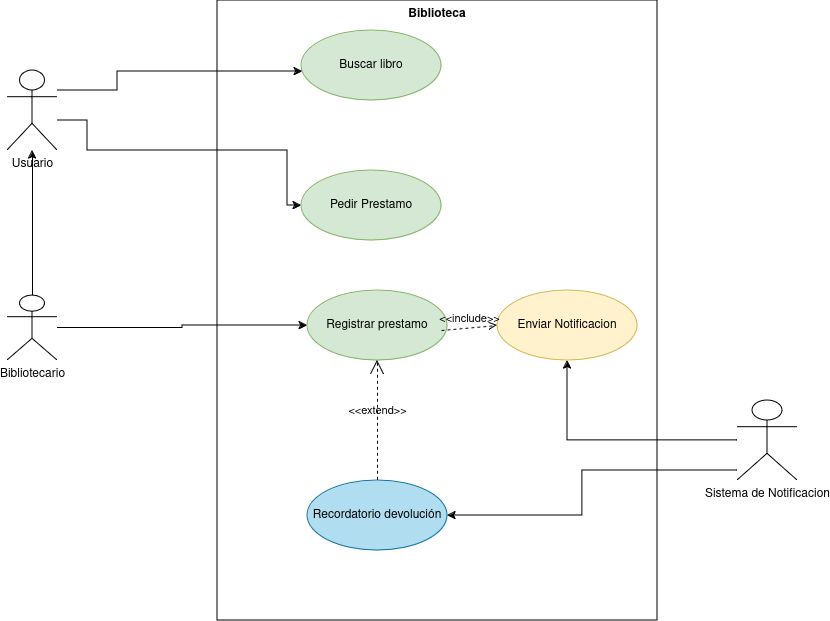
Above: Diagrama sin título.drawio.png in gian700/ejercicio-git-libro (draw.io), before the change. Source tidied: cells renumbered, new cells last; positions are measured from the earlier drawing's top-left corner, leaving out a move shared by most shapes. The source it was exported from:
```xml
<mxGraphModel>
  <root>
    <mxCell id="0" />
    <mxCell id="1" parent="0" />
    <mxCell id="2" value="&lt;div&gt;Biblioteca&lt;/div&gt;" style="shape=rect;html=1;verticalAlign=top;fontStyle=1;whiteSpace=wrap;align=center;fillColor=none;" parent="1" vertex="1">
      <mxGeometry x="210" width="440" height="620" as="geometry" />
    </mxCell>
    <mxCell id="3" value="Buscar libro" style="ellipse;whiteSpace=wrap;html=1;fillColor=#d5e8d4;strokeColor=#82b366;" parent="1" vertex="1">
      <mxGeometry x="294" y="30" width="140" height="70" as="geometry" />
    </mxCell>
    <mxCell id="4" style="edgeStyle=orthogonalEdgeStyle;rounded=0;jettySize=auto;html=1;" parent="1" edge="1" source="6" target="13">
      <mxGeometry relative="1" as="geometry">
        <Array as="points">
          <mxPoint x="80" y="120" />
          <mxPoint x="80" y="150" />
          <mxPoint x="280" y="150" />
          <mxPoint x="280" y="205" />
        </Array>
      </mxGeometry>
    </mxCell>
    <mxCell id="5" style="edgeStyle=orthogonalEdgeStyle;rounded=0;jettySize=auto;html=1;" parent="1" edge="1" source="6" target="3">
      <mxGeometry relative="1" as="geometry">
        <Array as="points">
          <mxPoint x="110" y="90" />
          <mxPoint x="110" y="71" />
        </Array>
      </mxGeometry>
    </mxCell>
    <mxCell id="6" value="Usuario" style="shape=umlActor;html=1;verticalLabelPosition=bottom;verticalAlign=top;align=center;" parent="1" vertex="1">
      <mxGeometry y="70" width="50" height="80" as="geometry" />
    </mxCell>
    <mxCell id="7" style="edgeStyle=orthogonalEdgeStyle;rounded=0;jettySize=auto;html=1;exitX=0.5;exitY=0;exitDx=0;exitDy=0;exitPerimeter=0;" parent="1" edge="1" source="9" target="6">
      <mxGeometry relative="1" as="geometry" />
    </mxCell>
    <mxCell id="8" style="edgeStyle=orthogonalEdgeStyle;rounded=0;jettySize=auto;html=1;" parent="1" edge="1" source="9" target="14">
      <mxGeometry relative="1" as="geometry" />
    </mxCell>
    <mxCell id="9" value="Bibliotecario" style="shape=umlActor;html=1;verticalLabelPosition=bottom;verticalAlign=top;align=center;" parent="1" vertex="1">
      <mxGeometry y="295" width="50" height="65" as="geometry" />
    </mxCell>
    <mxCell id="10" style="edgeStyle=orthogonalEdgeStyle;rounded=0;jettySize=auto;html=1;" parent="1" edge="1" source="12" target="15">
      <mxGeometry relative="1" as="geometry" />
    </mxCell>
    <mxCell id="11" style="edgeStyle=orthogonalEdgeStyle;rounded=0;jettySize=auto;html=1;" parent="1" edge="1" source="12" target="16">
      <mxGeometry relative="1" as="geometry">
        <Array as="points">
          <mxPoint x="575" y="470" />
          <mxPoint x="575" y="515" />
        </Array>
      </mxGeometry>
    </mxCell>
    <mxCell id="12" value="Sistema de Notificacion" style="shape=umlActor;html=1;verticalLabelPosition=bottom;verticalAlign=top;align=center;" parent="1" vertex="1">
      <mxGeometry x="730" y="400" width="60" height="80" as="geometry" />
    </mxCell>
    <mxCell id="13" value="Pedir Prestamo" style="ellipse;whiteSpace=wrap;html=1;fillColor=#d5e8d4;strokeColor=#82b366;" parent="1" vertex="1">
      <mxGeometry x="294" y="170" width="140" height="70" as="geometry" />
    </mxCell>
    <mxCell id="14" value="Registrar prestamo" style="ellipse;whiteSpace=wrap;html=1;fillColor=#d5e8d4;strokeColor=#82b366;" parent="1" vertex="1">
      <mxGeometry x="300" y="290" width="140" height="70" as="geometry" />
    </mxCell>
    <mxCell id="15" value="Enviar Notificacion" style="ellipse;whiteSpace=wrap;html=1;fillColor=#fff2cc;strokeColor=#d6b656;" parent="1" vertex="1">
      <mxGeometry x="490" y="290" width="140" height="70" as="geometry" />
    </mxCell>
    <mxCell id="16" value="&lt;div&gt;Recordatorio devolución&lt;/div&gt;" style="ellipse;whiteSpace=wrap;html=1;fillColor=#b1ddf0;strokeColor=#10739e;" parent="1" vertex="1">
      <mxGeometry x="300" y="480" width="140" height="70" as="geometry" />
    </mxCell>
    <mxCell id="17" value="&amp;lt;&amp;lt;include&amp;gt;&amp;gt;" style="edgeStyle=none;html=1;endArrow=open;verticalAlign=bottom;dashed=1;labelBackgroundColor=none;rounded=0;entryX=0;entryY=0.5;entryDx=0;entryDy=0;" parent="1" edge="1" target="15">
      <mxGeometry relative="1" as="geometry">
        <mxPoint x="434" y="330" as="sourcePoint" />
      </mxGeometry>
    </mxCell>
    <mxCell id="18" value="&amp;lt;&amp;lt;extend&amp;gt;&amp;gt;" style="edgeStyle=none;html=1;startArrow=open;endArrow=none;startSize=12;verticalAlign=bottom;dashed=1;labelBackgroundColor=none;rounded=0;entryX=0.5;entryY=0;entryDx=0;entryDy=0;exitX=0.5;exitY=1;exitDx=0;exitDy=0;" parent="1" edge="1" source="14" target="16">
      <mxGeometry relative="1" as="geometry" />
    </mxCell>
  </root>
</mxGraphModel>
```
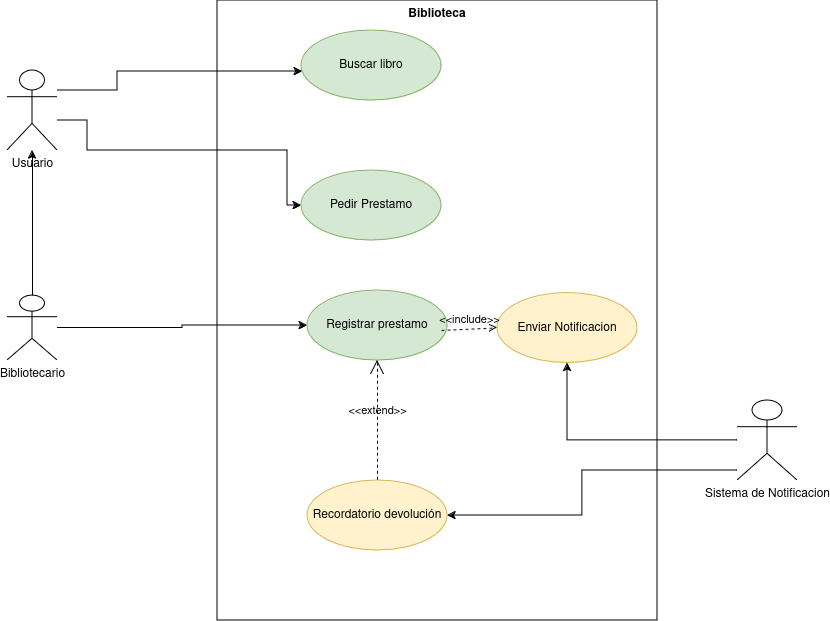
After the change.

What changed in the source:
```diff
@@ -59,9 +59,9 @@
       <mxGeometry x="300" y="290" width="140" height="70" as="geometry" />
     </mxCell>
     <mxCell id="15" value="Enviar Notificacion" style="ellipse;whiteSpace=wrap;html=1;fillColor=#fff2cc;strokeColor=#d6b656;" parent="1" vertex="1">
-      <mxGeometry x="490" y="290" width="140" height="70" as="geometry" />
+      <mxGeometry x="490" y="292.5" width="140" height="70" as="geometry" />
     </mxCell>
-    <mxCell id="16" value="&lt;div&gt;Recordatorio devolución&lt;/div&gt;" style="ellipse;whiteSpace=wrap;html=1;fillColor=#b1ddf0;strokeColor=#10739e;" parent="1" vertex="1">
+    <mxCell id="16" value="&lt;div&gt;Recordatorio devolución&lt;/div&gt;" style="ellipse;whiteSpace=wrap;html=1;fillColor=#fff2cc;strokeColor=#d6b656;" parent="1" vertex="1">
       <mxGeometry x="300" y="480" width="140" height="70" as="geometry" />
     </mxCell>
     <mxCell id="17" value="&amp;lt;&amp;lt;include&amp;gt;&amp;gt;" style="edgeStyle=none;html=1;endArrow=open;verticalAlign=bottom;dashed=1;labelBackgroundColor=none;rounded=0;entryX=0;entryY=0.5;entryDx=0;entryDy=0;" parent="1" edge="1" target="15">
```
